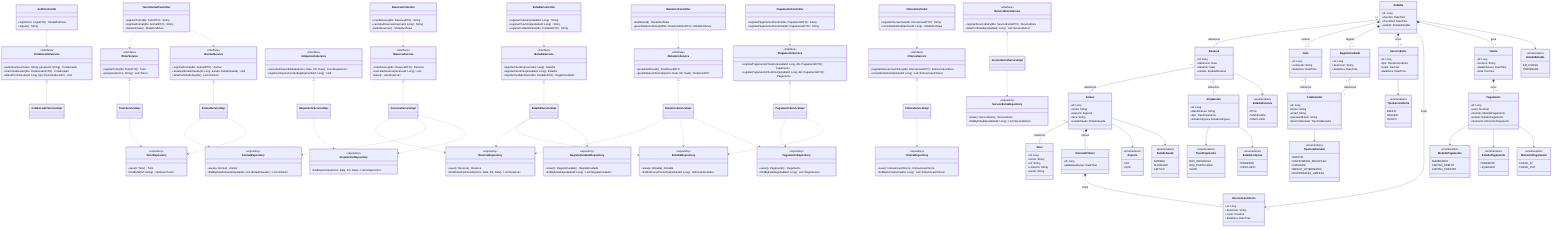
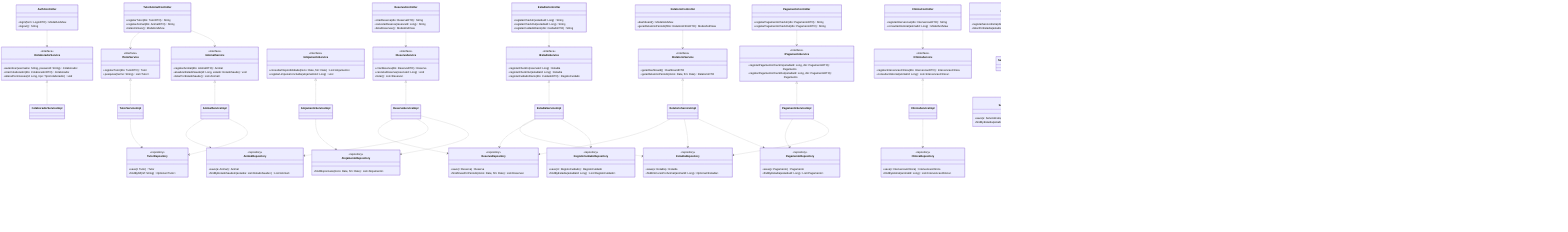
%% Diagrama de Classes de Design — Etapa 2
%% Sistema de Gestao de Hotel de Animais
%% Baseado em: docs/Etapa1/04-domain-model e docs/Etapa2/01-architecture

classDiagram
  direction TB

  class AuthController {
    +login(form: LoginDTO) ModelAndView
    +logout() String
  }

  class TutorAnimalController {
    +registarTutor(dto: TutorDTO) String
    +registarAnimal(dto: AnimalDTO) String
    +listarAnimais() ModelAndView
  }

  class ReservaController {
    +criarReserva(dto: ReservaDTO) String
    +cancelarReserva(reservaId: Long) String
    +listarReservas() ModelAndView
  }

  class EstadiaController {
    +registarCheckIn(estadiaId: Long) String
    +registarCheckOut(estadiaId: Long) String
    +registarCuidadoDiario(dto: CuidadoDTO) String
  }

  class PagamentoController {
    +registarPagamentoCheckIn(dto: PagamentoDTO) String
    +registarPagamentoCheckOut(dto: PagamentoDTO) String
  }

  class ClinicaController {
    +registarIntervencao(dto: IntervencaoDTO) String
    +consultarHistorial(animalId: Long) ModelAndView
  }

  class RelatorioController {
    +dashboard() ModelAndView
    +gerarRelatorioPeriodo(filtro: RelatorioFiltroDTO) ModelAndView
  }

  class IColaboradorService {
    <<interface>>
    +autenticar(username: String, password: String) Colaborador
    +criarColaborador(dto: ColaboradorDTO) Colaborador
    +alterarPermissoes(id: Long, tipo: TipoColaborador) void
  }

  class ITutorService {
    <<interface>>
    +registarTutor(dto: TutorDTO) Tutor
    +pesquisar(termo: String) List~Tutor~
  }

  class IAnimalService {
    <<interface>>
    +registarAnimal(dto: AnimalDTO) Animal
    +atualizarEstadoSaude(id: Long, estado: EstadoSaude) void
    +listarPorEstadoSaude() List~Animal~
  }

  class IAlojamentoService {
    <<interface>>
    +consultarDisponibilidade(inicio: Date, fim: Date) List~Alojamento~
    +registarLimpezaConcluida(alojamentoId: Long) void
  }

  class IReservaService {
    <<interface>>
    +criarReserva(dto: ReservaDTO) Reserva
    +cancelarReserva(reservaId: Long) void
    +listar() List~Reserva~
  }

  class IEstadiaService {
    <<interface>>
    +registarCheckIn(reservaId: Long) Estadia
    +registarCheckOut(estadiaId: Long) Estadia
    +registarCuidadoDiario(dto: CuidadoDTO) RegistoCuidado
  }

  class IPagamentoService {
    <<interface>>
    +registarPagamentoCheckIn(estadiaId: Long, dto: PagamentoDTO) Pagamento
    +registarPagamentoCheckOut(estadiaId: Long, dto: PagamentoDTO) Pagamento
  }

  class IServicoExtraService {
    <<interface>>
    +registarServicoExtra(dto: ServicoExtraDTO) ServicoExtra
    +listarPorEstadia(estadiaId: Long) List~ServicoExtra~
  }

  class IClinicaService {
    <<interface>>
    +registarIntervencaoClinica(dto: IntervencaoDTO) IntervencaoClinica
    +consultarHistorial(animalId: Long) List~IntervencaoClinica~
  }

  class IRelatorioService {
    <<interface>>
    +gerarDashboard() DashboardDTO
    +gerarRelatorioPeriodo(inicio: Date, fim: Date) RelatorioDTO
  }

  class ColaboradorServiceImpl
  class TutorServiceImpl
  class AnimalServiceImpl
  class AlojamentoServiceImpl
  class ReservaServiceImpl
  class EstadiaServiceImpl
  class PagamentoServiceImpl
  class ServicoExtraServiceImpl
  class ClinicaServiceImpl
  class RelatorioServiceImpl

  class TutorRepository {
    <<repository>>
    +save(t: Tutor) Tutor
    +findByNif(nif: String) Optional~Tutor~
  }

  class AnimalRepository {
    <<repository>>
    +save(a: Animal) Animal
    +findByEstadoSaudeIn(estados: List~EstadoSaude~) List~Animal~
  }

  class AlojamentoRepository {
    <<repository>>
    +findDisponiveis(inicio: Date, fim: Date) List~Alojamento~
  }

  class ReservaRepository {
    <<repository>>
    +save(r: Reserva) Reserva
    +findAtivasPorPeriodo(inicio: Date, fim: Date) List~Reserva~
  }

  class EstadiaRepository {
    <<repository>>
    +save(e: Estadia) Estadia
    +findEmCursoPorAnimal(animalId: Long) Optional~Estadia~
  }

  class PagamentoRepository {
    <<repository>>
    +save(p: Pagamento) Pagamento
    +findByEstadia(estadiaId: Long) List~Pagamento~
  }

  class ServicoExtraRepository {
    <<repository>>
    +save(s: ServicoExtra) ServicoExtra
    +findByEstadia(estadiaId: Long) List~ServicoExtra~
  }

  class ClinicaRepository {
    <<repository>>
    +save(i: IntervencaoClinica) IntervencaoClinica
    +findByAnimal(animalId: Long) List~IntervencaoClinica~
  }

  class RegistoCuidadoRepository {
    <<repository>>
    +save(rc: RegistoCuidado) RegistoCuidado
    +findByEstadia(estadiaId: Long) List~RegistoCuidado~
  }

  class Colaborador {
    +id: Long
    +nome: String
    +email: String
    +passwordHash: String
    +tipoColaborador: TipoColaborador
  }

  class Tutor {
    +id: Long
    +nome: String
    +nif: String
    +contacto: String
    +email: String
  }

  class Animal {
    +id: Long
    +nome: String
    +especie: Especie
    +raca: String
    +estadoSaude: EstadoSaude
  }

  class HistorialClinico {
    +id: Long
    +dataAtualizacao: DateTime
  }

  class Alojamento {
    +id: Long
    +identificacao: String
    +tipo: TipoAlojamento
    +estadoLimpeza: EstadoLimpeza
  }

  class Reserva {
    +id: Long
    +dataInicio: Date
    +dataFim: Date
    +estado: EstadoReserva
  }

  class Estadia {
    +id: Long
    +checkIn: DateTime
    +checkOut: DateTime
    +estado: EstadoEstadia
  }

  class Pagamento {
    +id: Long
    +valor: Decimal
    +metodo: MetodoPagamento
    +estado: EstadoPagamento
    +momento: MomentoPagamento
  }

  class Fatura {
    +id: Long
    +numero: String
    +dataEmissao: DateTime
    +total: Decimal
  }

  class ServicoExtra {
    +id: Long
    +tipo: TipoServicoExtra
    +custo: Decimal
    +dataHora: DateTime
  }

  class IntervencaoClinica {
    +id: Long
    +descricao: String
    +custo: Decimal
    +dataHora: DateTime
  }

  class RegistoCuidado {
    +id: Long
    +descricao: String
    +dataHora: DateTime
  }

  class Nota {
    +id: Long
    +conteudo: String
    +dataHora: DateTime
  }

  class TipoColaborador {
    <<enumeration>>
    DIRETOR
    FUNCIONARIO_RECEPCAO
    CUIDADOR
    MEDICO_VETERINARIO
    RESPONSAVEL_LIMPEZA
  }

  class Especie {
    <<enumeration>>
    CAO
    GATO
  }

  class EstadoSaude {
    <<enumeration>>
    NORMAL
    ALTERADO
    CRITICO
  }

  class TipoAlojamento {
    <<enumeration>>
-     BOX_INDIVIDUAL
-     BOX_PARTILHADA
-     SUITE
+     CANINO
+     FELINO
  }

  class EstadoLimpeza {
    <<enumeration>>
    PENDENTE
    CONCLUIDO
  }

  class EstadoReserva {
    <<enumeration>>
    ATIVA
    CANCELADA
    CONCLUIDA
  }

  class EstadoEstadia {
    <<enumeration>>
    EM_CURSO
    TERMINADA
  }

  class MetodoPagamento {
    <<enumeration>>
    NUMERARIO
    CARTAO_DEBITO
    CARTAO_CREDITO
  }

  class EstadoPagamento {
    <<enumeration>>
    PENDENTE
    LIQUIDADO
  }

  class MomentoPagamento {
    <<enumeration>>
    CHECK_IN
    CHECK_OUT
  }

  class TipoServicoExtra {
    <<enumeration>>
    BANHO
    PASSEIO
    OUTRO
  }

  AuthController ..> IColaboradorService
  TutorAnimalController ..> ITutorService
  TutorAnimalController ..> IAnimalService
  ReservaController ..> IReservaService
  EstadiaController ..> IEstadiaService
  PagamentoController ..> IPagamentoService
  ClinicaController ..> IClinicaService
  RelatorioController ..> IRelatorioService

  IColaboradorService <|.. ColaboradorServiceImpl
  ITutorService <|.. TutorServiceImpl
  IAnimalService <|.. AnimalServiceImpl
  IAlojamentoService <|.. AlojamentoServiceImpl
  IReservaService <|.. ReservaServiceImpl
  IEstadiaService <|.. EstadiaServiceImpl
  IPagamentoService <|.. PagamentoServiceImpl
  IServicoExtraService <|.. ServicoExtraServiceImpl
  IClinicaService <|.. ClinicaServiceImpl
  IRelatorioService <|.. RelatorioServiceImpl

  TutorServiceImpl ..> TutorRepository
  AnimalServiceImpl ..> AnimalRepository
  AnimalServiceImpl ..> TutorRepository
  AlojamentoServiceImpl ..> AlojamentoRepository
  ReservaServiceImpl ..> ReservaRepository
  ReservaServiceImpl ..> AnimalRepository
  ReservaServiceImpl ..> AlojamentoRepository
  EstadiaServiceImpl ..> EstadiaRepository
  EstadiaServiceImpl ..> ReservaRepository
  EstadiaServiceImpl ..> RegistoCuidadoRepository
  PagamentoServiceImpl ..> PagamentoRepository
  PagamentoServiceImpl ..> EstadiaRepository
  ServicoExtraServiceImpl ..> ServicoExtraRepository
  ClinicaServiceImpl ..> ClinicaRepository
  RelatorioServiceImpl ..> ReservaRepository
  RelatorioServiceImpl ..> EstadiaRepository
  RelatorioServiceImpl ..> PagamentoRepository

  Animal "0..*" o-- "1" Tutor : referencia
  Animal "1" *-- "1" HistorialClinico : possui
  Reserva "0..*" o-- "1" Animal : referencia
  Reserva "0..*" o-- "1" Alojamento : referencia
  Estadia "0..1" o-- "1" Reserva : referencia
  Estadia "1" *-- "0..*" Nota : contem
  Estadia "1" *-- "0..*" RegistoCuidado : regista
  Estadia "1" *-- "0..*" ServicoExtra : inclui
  HistorialClinico "1" *-- "0..*" IntervencaoClinica : inclui
  Estadia "1" --> "0..*" IntervencaoClinica : inclui
  Estadia "1" *-- "1" Fatura : gera
  Fatura "1" *-- "0..2" Pagamento : inclui
  Nota "0..*" o-- "1" Colaborador : referencia
  RegistoCuidado "0..*" o-- "1" Colaborador : referencia

  Colaborador --> TipoColaborador
  Animal --> Especie
  Animal --> EstadoSaude
  Alojamento --> TipoAlojamento
  Alojamento --> EstadoLimpeza
  Reserva --> EstadoReserva
  Estadia --> EstadoEstadia
  Pagamento --> MetodoPagamento
  Pagamento --> EstadoPagamento
  Pagamento --> MomentoPagamento
  ServicoExtra --> TipoServicoExtra
